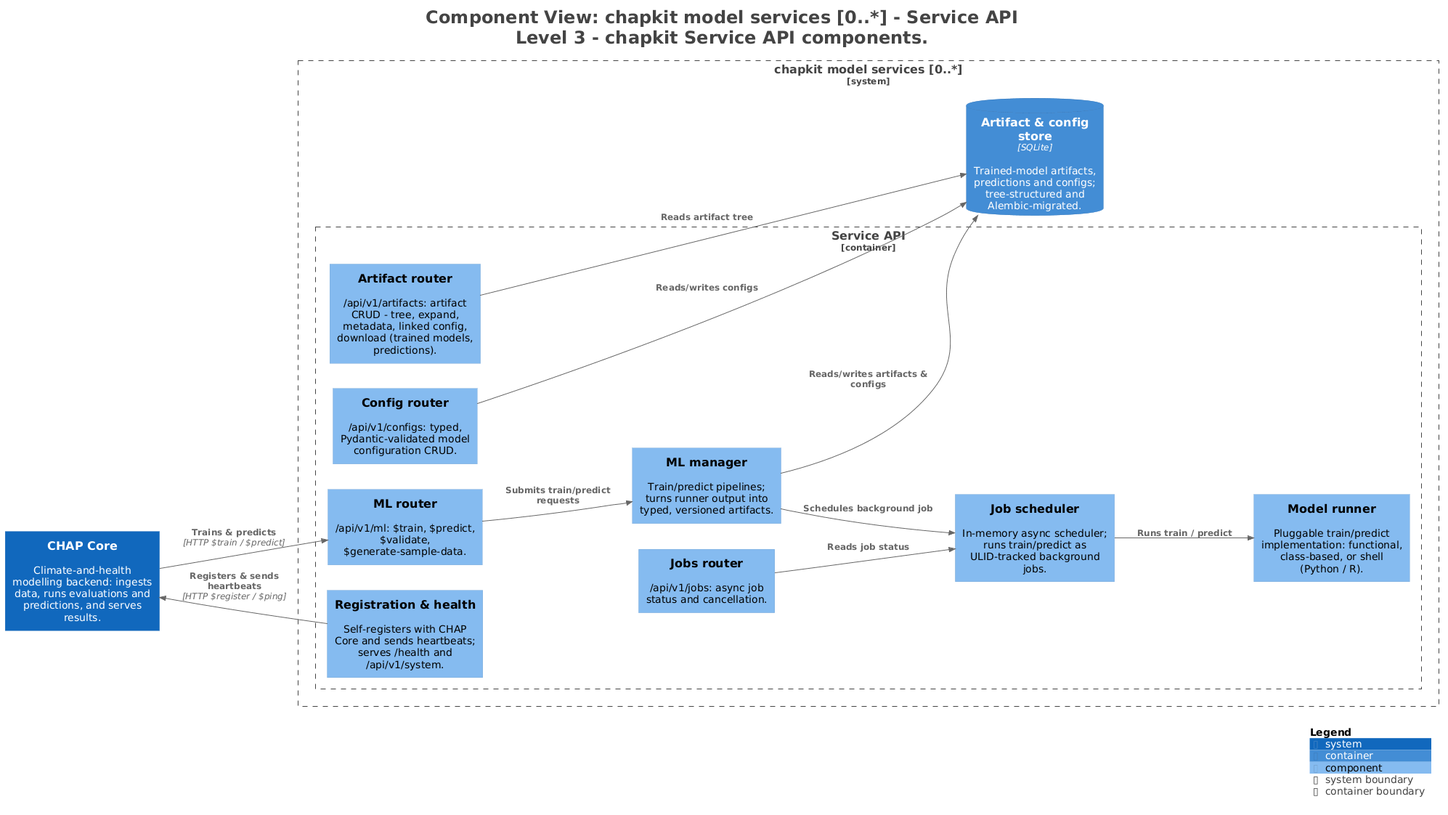
Before: architecture/diagrams/plantuml/L3_ChapkitService.png, a diagram exported from PlantUML (dhis2-chap/chap-core).
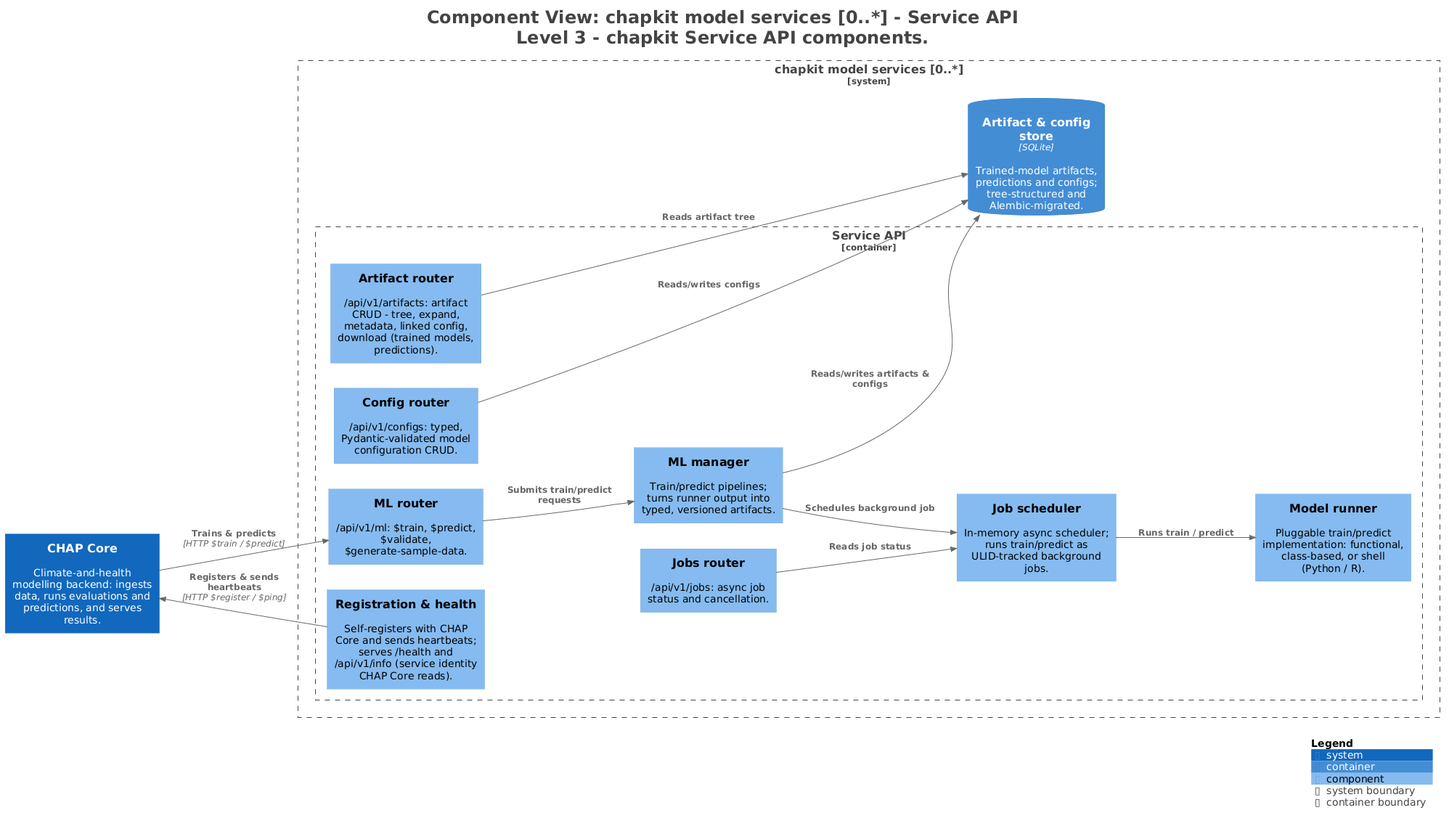
After the change.

Commit message:
fix(architecture): cite chapkit /api/v1/info, pin Structurizr in README examples

Diff of the diagram source:
```diff
@@ -20,7 +20,7 @@
 
 System_Boundary("chapkitmodelservices0_boundary", "chapkit model services [0..*]", $tags="") {
   Container_Boundary("chapkitmodelservices0.ServiceAPI_boundary", "Service API", $tags="") {
-    Component(chapkitmodelservices0.ServiceAPI.Registrationhealth, "Registration & health", $techn="", $descr="Self-registers with CHAP Core and sends heartbeats; serves /health and /api/v1/system.", $tags="", $link="")
+    Component(chapkitmodelservices0.ServiceAPI.Registrationhealth, "Registration & health", $techn="", $descr="Self-registers with CHAP Core and sends heartbeats; serves /health and /api/v1/info (service identity CHAP Core reads).", $tags="", $link="")
     Component(chapkitmodelservices0.ServiceAPI.MLrouter, "ML router", $techn="", $descr="/api/v1/ml: $train, $predict, $validate, $generate-sample-data.", $tags="", $link="")
     Component(chapkitmodelservices0.ServiceAPI.Configrouter, "Config router", $techn="", $descr="/api/v1/configs: typed, Pydantic-validated model configuration CRUD.", $tags="", $link="")
     Component(chapkitmodelservices0.ServiceAPI.Artifactrouter, "Artifact router", $techn="", $descr="/api/v1/artifacts: artifact CRUD - tree, expand, metadata, linked config, download (trained models, predictions).", $tags="", $link="")
```
